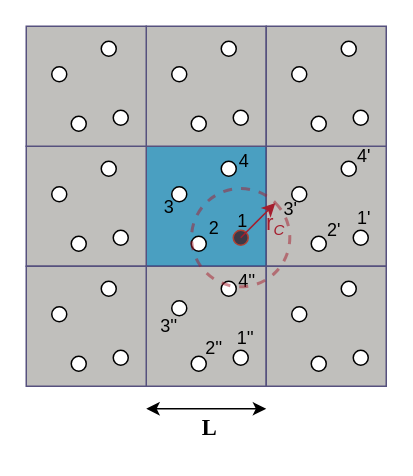
The draw.io diagram page "Page-1" (1 of 3) of docs/source/figures/figures.drawio in Katrin-Drys/WP8_programming, before the edit. Source tidied: cells renumbered, new cells numbered last; positions are measured from the earlier drawing's top-left corner, leaving out a move shared by most shapes. Both pictures are drawn from the tidied source at 150%, with x=0, y=0 at pixel (26, 26).
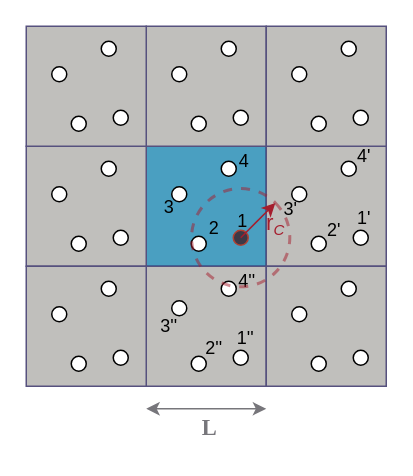
The same diagram, later.

What changed in the source:
```diff
@@
-    <mxCell id="60" style="endArrow=classic;startArrow=classic;html=1;rounded=0;" parent="1" edge="1">
+    <mxCell id="60" style="endArrow=classic;startArrow=classic;html=1;rounded=0;fontColor=#77767b;strokeColor=#77767b;" parent="1" edge="1">
       <mxGeometry relative="1" as="geometry">
         <mxPoint x="80" y="255" as="sourcePoint" />
         <mxPoint x="160" y="255" as="targetPoint" />
       </mxGeometry>
     </mxCell>
-    <mxCell id="61" value="&lt;font face=&quot;Times New Roman&quot; style=&quot;font-size: 15px;&quot;&gt;&lt;b&gt;L&lt;/b&gt;&lt;/font&gt;" style="text;html=1;align=center;verticalAlign=middle;strokeColor=none;fillColor=none;" parent="1" vertex="1">
+    <mxCell id="61" value="&lt;font style=&quot;font-size: 15px;&quot; face=&quot;Times New Roman&quot;&gt;&lt;b&gt;L&lt;/b&gt;&lt;/font&gt;" style="text;html=1;align=center;verticalAlign=middle;strokeColor=none;fillColor=none;fontColor=#77767b;" parent="1" vertex="1">
       <mxGeometry x="107" y="252" width="30" height="30" as="geometry" />
     </mxCell>
```
